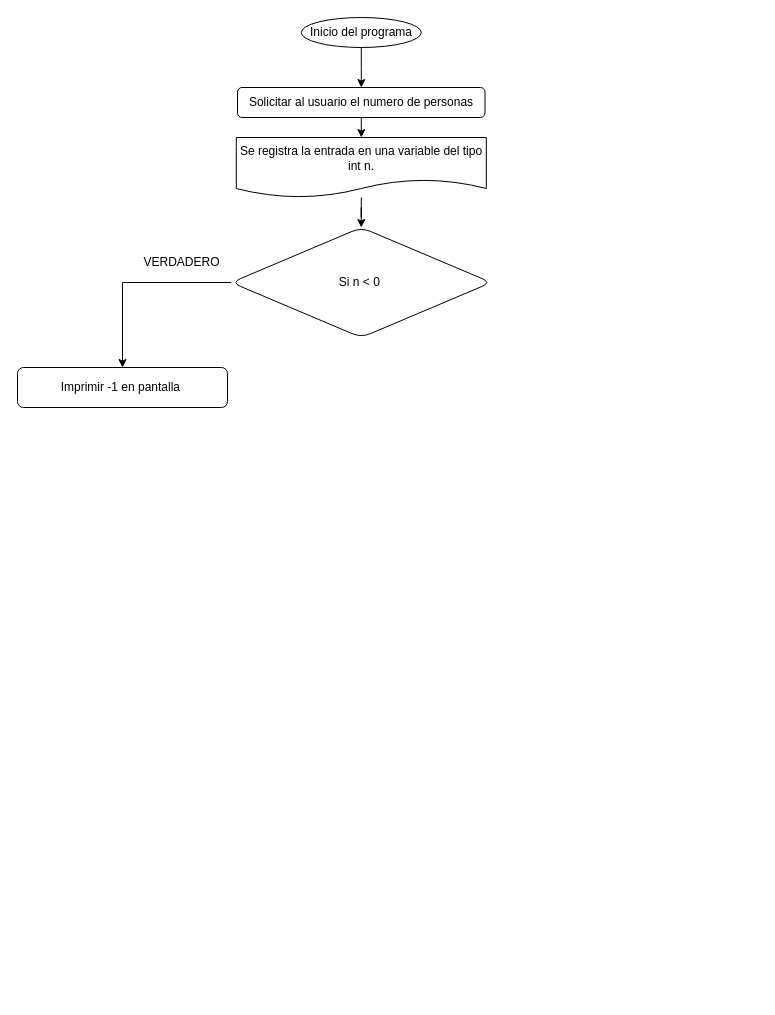
Before: ICC/Tarea_3ICC.drawio in GabrielGaytan04/TrabajosCarrera, a draw.io diagram. Source tidied: cells renumbered, new cells numbered last; positions are measured from the earlier drawing's top-left corner, leaving out a move shared by most shapes. Both pictures are drawn from the tidied source at 100%, with x=0, y=0 at pixel (17, 17).
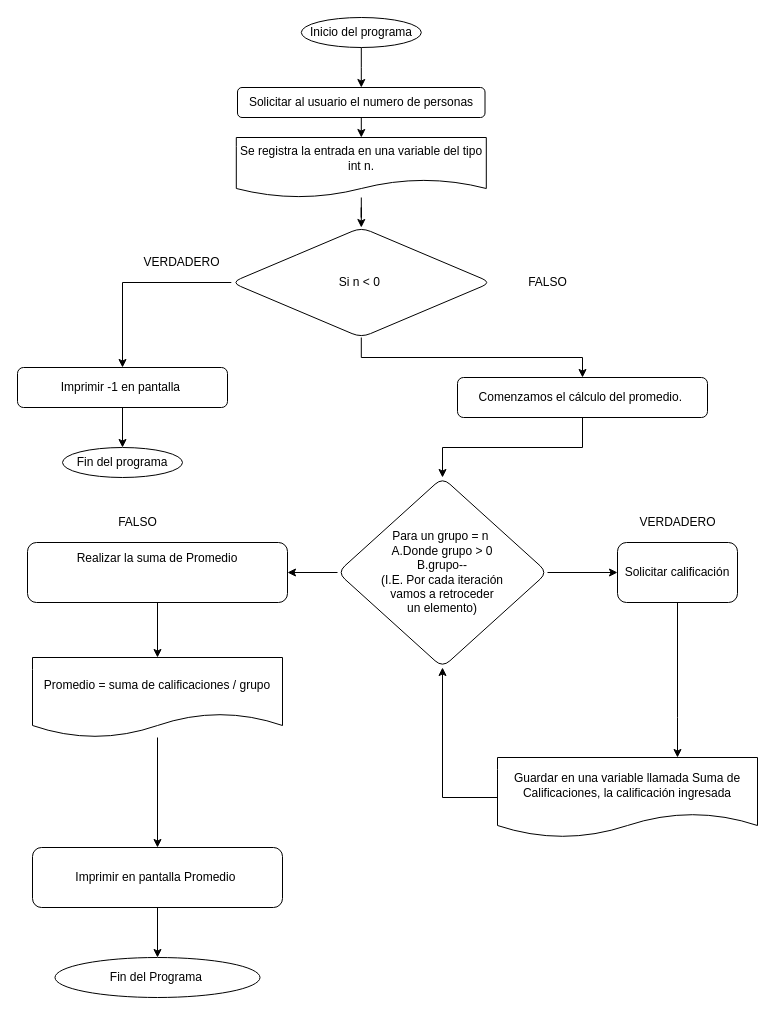
Above is the later version.

The change refers to these unchanged cells:
```xml
<mxCell id="9" value="Si n &amp;lt; 0&amp;nbsp;" style="rhombus;whiteSpace=wrap;html=1;rounded=1;" parent="1" vertex="1">
  <mxGeometry x="213.8" y="210" width="260" height="110" as="geometry" />
</mxCell>
<mxCell id="10" value="Imprimir -1 en pantalla&amp;nbsp;" style="whiteSpace=wrap;html=1;rounded=1;" parent="1" vertex="1">
  <mxGeometry y="350" width="210" height="40" as="geometry" />
</mxCell>
```

Diff of the diagram source:
```diff
@@
+    <mxCell id="12" style="edgeStyle=orthogonalEdgeStyle;rounded=0;jettySize=auto;html=1;" parent="1" edge="1" source="9" target="15">
+      <mxGeometry relative="1" as="geometry" />
+    </mxCell>
@@
+    <mxCell id="13" style="edgeStyle=orthogonalEdgeStyle;rounded=0;jettySize=auto;html=1;" parent="1" edge="1" source="10" target="33">
+      <mxGeometry relative="1" as="geometry" />
+    </mxCell>
@@
+    <mxCell id="14" style="edgeStyle=orthogonalEdgeStyle;rounded=0;jettySize=auto;html=1;" parent="1" edge="1" source="15" target="19">
+      <mxGeometry relative="1" as="geometry" />
+    </mxCell>
+    <mxCell id="15" value="Comenzamos el cálculo del promedio.&amp;nbsp;" style="whiteSpace=wrap;html=1;rounded=1;" parent="1" vertex="1">
+      <mxGeometry x="440" y="360" width="250" height="40" as="geometry" />
+    </mxCell>
+    <mxCell id="16" value="FALSO" style="text;html=1;align=center;verticalAlign=middle;strokeColor=none;fillColor=none;" parent="1" vertex="1">
+      <mxGeometry x="500" y="250" width="60" height="30" as="geometry" />
+    </mxCell>
+    <mxCell id="17" style="edgeStyle=orthogonalEdgeStyle;rounded=0;jettySize=auto;html=1;" parent="1" edge="1" source="19" target="21">
+      <mxGeometry relative="1" as="geometry" />
+    </mxCell>
+    <mxCell id="18" style="edgeStyle=orthogonalEdgeStyle;rounded=0;jettySize=auto;html=1;" parent="1" edge="1" source="19" target="23">
+      <mxGeometry relative="1" as="geometry" />
+    </mxCell>
+    <mxCell id="19" value="Para un grupo = n&amp;nbsp;&lt;div&gt;A.Donde grupo &amp;gt; 0&lt;/div&gt;&lt;div&gt;B.grupo--&lt;/div&gt;&lt;div&gt;(I.E. Por cada iteración&lt;/div&gt;&lt;div&gt;vamos a retroceder&lt;/div&gt;&lt;div&gt;un elemento)&lt;/div&gt;" style="rhombus;whiteSpace=wrap;html=1;rounded=1;" parent="1" vertex="1">
+      <mxGeometry x="320" y="460" width="210" height="190" as="geometry" />
+    </mxCell>
+    <mxCell id="20" style="edgeStyle=orthogonalEdgeStyle;rounded=0;jettySize=auto;html=1;" parent="1" edge="1" source="21" target="27">
+      <mxGeometry relative="1" as="geometry">
+        <Array as="points">
+          <mxPoint x="660" y="700" />
+          <mxPoint x="660" y="700" />
+        </Array>
+      </mxGeometry>
+    </mxCell>
+    <mxCell id="21" value="Solicitar calificación" style="whiteSpace=wrap;html=1;rounded=1;" parent="1" vertex="1">
+      <mxGeometry x="600" y="525" width="120" height="60" as="geometry" />
+    </mxCell>
+    <mxCell id="22" style="edgeStyle=orthogonalEdgeStyle;rounded=0;jettySize=auto;html=1;" parent="1" edge="1" source="31" target="25">
+      <mxGeometry relative="1" as="geometry" />
+    </mxCell>
+    <mxCell id="23" value="Realizar la suma de Promedio&lt;div&gt;&lt;br&gt;&lt;/div&gt;&lt;div&gt;&lt;br&gt;&lt;/div&gt;" style="whiteSpace=wrap;html=1;rounded=1;" parent="1" vertex="1">
+      <mxGeometry x="10" y="525" width="260" height="60" as="geometry" />
+    </mxCell>
+    <mxCell id="24" style="edgeStyle=orthogonalEdgeStyle;rounded=0;jettySize=auto;html=1;" parent="1" edge="1" source="25" target="32">
+      <mxGeometry relative="1" as="geometry" />
+    </mxCell>
+    <mxCell id="25" value="Imprimir en pantalla Promedio&amp;nbsp;" style="whiteSpace=wrap;html=1;rounded=1;" parent="1" vertex="1">
+      <mxGeometry x="15" y="830" width="250" height="60" as="geometry" />
+    </mxCell>
+    <mxCell id="26" style="edgeStyle=orthogonalEdgeStyle;rounded=0;jettySize=auto;html=1;" parent="1" edge="1" source="27" target="19">
+      <mxGeometry relative="1" as="geometry">
+        <Array as="points">
+          <mxPoint x="425" y="780" />
+        </Array>
+      </mxGeometry>
+    </mxCell>
+    <mxCell id="27" value="Guardar en una variable llamada Suma de Calificaciones, la calificación ingresada" style="shape=document;whiteSpace=wrap;html=1;boundedLbl=1;rounded=1;" parent="1" vertex="1">
+      <mxGeometry x="480" y="740" width="260" height="80" as="geometry" />
+    </mxCell>
+    <mxCell id="28" value="VERDADERO" style="text;html=1;align=center;verticalAlign=middle;strokeColor=none;fillColor=none;" parent="1" vertex="1">
+      <mxGeometry x="610" y="490" width="100" height="30" as="geometry" />
+    </mxCell>
+    <mxCell id="29" value="FALSO" style="text;html=1;align=center;verticalAlign=middle;strokeColor=none;fillColor=none;" parent="1" vertex="1">
+      <mxGeometry x="90" y="490" width="60" height="30" as="geometry" />
+    </mxCell>
+    <mxCell id="30" style="edgeStyle=orthogonalEdgeStyle;rounded=0;jettySize=auto;html=1;" parent="1" edge="1" source="23" target="31">
+      <mxGeometry relative="1" as="geometry" />
+    </mxCell>
+    <mxCell id="31" value="Promedio = suma de calificaciones / grupo" style="shape=document;whiteSpace=wrap;html=1;boundedLbl=1;" parent="1" vertex="1">
+      <mxGeometry x="15" y="640" width="250" height="80" as="geometry" />
+    </mxCell>
+    <mxCell id="32" value="Fin del Programa&amp;nbsp;" style="ellipse;whiteSpace=wrap;html=1;rounded=1;" parent="1" vertex="1">
+      <mxGeometry x="37.5" y="940" width="205" height="40" as="geometry" />
+    </mxCell>
+    <mxCell id="33" value="Fin del programa" style="ellipse;whiteSpace=wrap;html=1;" parent="1" vertex="1">
+      <mxGeometry x="45" y="430" width="120" height="30" as="geometry" />
+    </mxCell>
```
